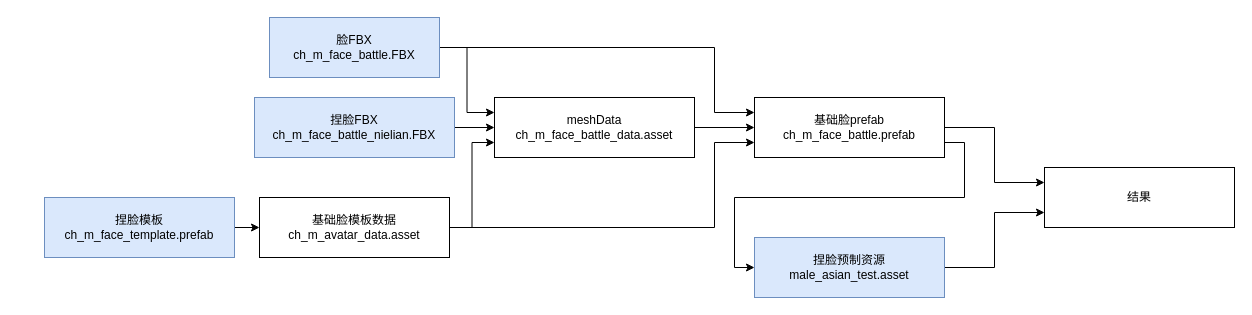
This is nielian.drawio from MaohuanLiu/gitskill, a draw.io file, before an edit. Source tidied: cells renumbered, new cells numbered last; positions are measured from the earlier drawing's top-left corner, leaving out a move shared by most shapes. Both pictures are drawn from the tidied source at 100%, with x=0, y=0 at pixel (44, 17).
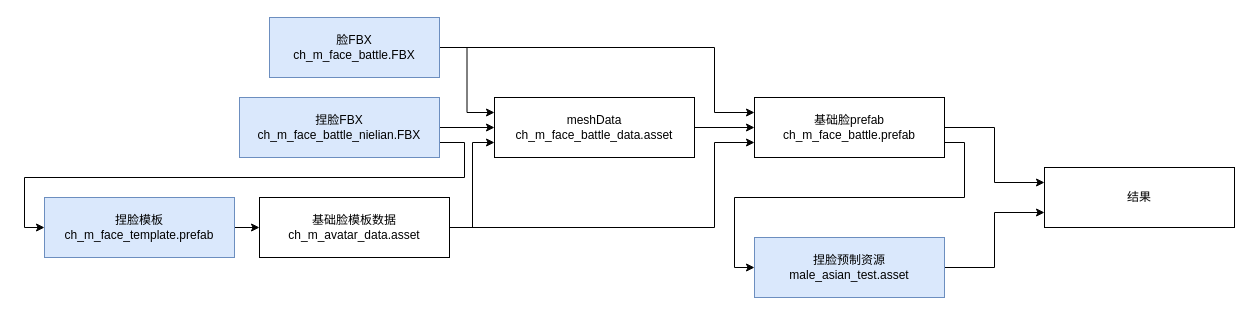
After the change.

The change refers to these unchanged cells:
```xml
<mxCell id="11" value="捏脸模板&lt;br&gt;&lt;span style=&quot;font-size: 12px;&quot;&gt;ch_m_face_template.prefab&lt;br&gt;&lt;/span&gt;" style="rounded=0;whiteSpace=wrap;html=1;fillColor=#dae8fc;strokeColor=#6c8ebf;" parent="1" vertex="1">
  <mxGeometry y="180" width="190" height="60" as="geometry" />
</mxCell>
<mxCell id="14" value="基础脸模板数据&lt;br&gt;&lt;span style=&quot;font-size: 12px;&quot;&gt;ch_m_avatar_data.asset&lt;/span&gt;" style="rounded=0;whiteSpace=wrap;html=1;fillColor=none;" parent="1" vertex="1">
  <mxGeometry x="215" y="180" width="190" height="60" as="geometry" />
</mxCell>
<mxCell id="18" value="meshData&lt;br&gt;&lt;span style=&quot;font-size: 12px;&quot;&gt;ch_m_face_battle_data.asset&lt;/span&gt;" style="rounded=0;whiteSpace=wrap;html=1;fillColor=none;" parent="1" vertex="1">
  <mxGeometry x="450" y="80" width="200" height="60" as="geometry" />
</mxCell>
```

Diff of the diagram source:
```diff
@@
+    <mxCell id="20" style="edgeStyle=orthogonalEdgeStyle;rounded=0;jettySize=auto;html=1;exitX=1;exitY=0.75;exitDx=0;exitDy=0;entryX=0;entryY=0.5;entryDx=0;entryDy=0;" parent="1" edge="1" source="3" target="11">
+      <mxGeometry relative="1" as="geometry">
+        <Array as="points">
+          <mxPoint x="420" y="125" />
+          <mxPoint x="420" y="160" />
+          <mxPoint x="-20" y="160" />
+          <mxPoint x="-20" y="210" />
+        </Array>
+      </mxGeometry>
+    </mxCell>
     <mxCell id="3" value="捏脸FBX&lt;br&gt;&lt;span style=&quot;font-size: 12px;&quot;&gt;ch_m_face_battle_nielian.FBX&lt;/span&gt;" style="rounded=0;whiteSpace=wrap;html=1;fillColor=#dae8fc;strokeColor=#6c8ebf;" parent="1" vertex="1">
-      <mxGeometry x="210" y="80" width="200" height="60" as="geometry" />
+      <mxGeometry x="195" y="80" width="200" height="60" as="geometry" />
     </mxCell>
@@
     <mxCell id="12" style="edgeStyle=orthogonalEdgeStyle;rounded=0;jettySize=auto;html=1;exitX=1;exitY=0.5;exitDx=0;exitDy=0;entryX=0;entryY=0.75;entryDx=0;entryDy=0;" parent="1" edge="1" source="14" target="18">
-      <mxGeometry relative="1" as="geometry" />
+      <mxGeometry relative="1" as="geometry">
+        <Array as="points">
+          <mxPoint x="428" y="210" />
+          <mxPoint x="428" y="125" />
+        </Array>
+      </mxGeometry>
     </mxCell>
```
